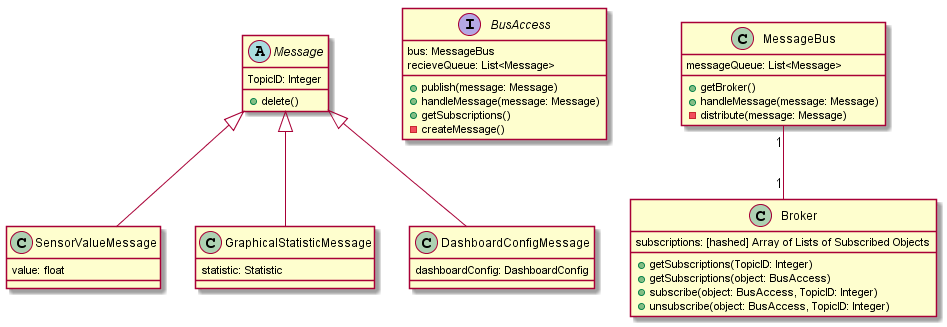
Earlier version of the PlantUML export Entwurf/diagrams/Bus.png (uzdry/PSE).
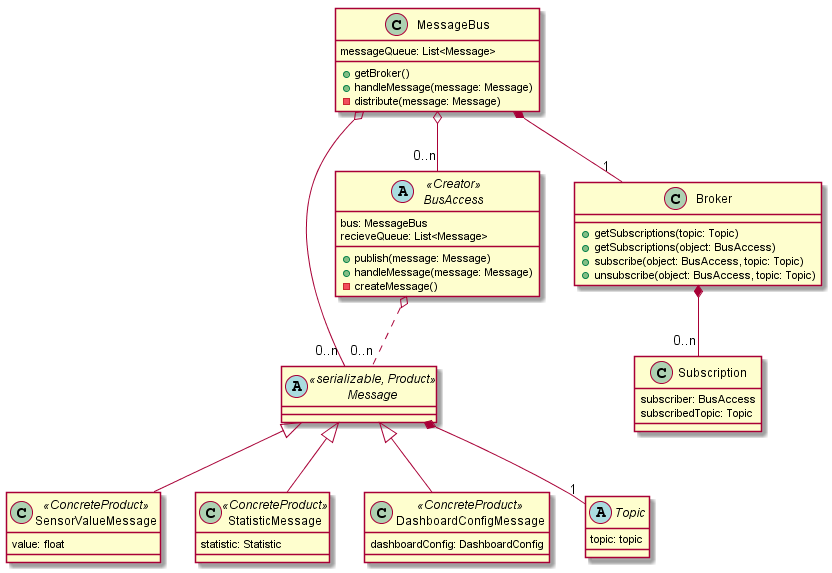
Later version of the same file.

Change to the diagram source:
```diff
@@ -1,41 +1,46 @@
 @startuml
 
-abstract class Message {
-	TopicID: Integer
-	+delete()
+abstract class  Message << serializable, Product >> {
 }
 
-class SensorValueMessage {
+class SensorValueMessage << ConcreteProduct >> {
 	value: float
 }
 
-class GraphicalStatisticMessage {
+class StatisticMessage << ConcreteProduct >> {
 	statistic: Statistic
 }
 
-class DashboardConfigMessage {
+class DashboardConfigMessage << ConcreteProduct >> {
 	dashboardConfig: DashboardConfig
 }
 
+abstract Class Topic {
+	topic: topic
+}
+
 Message <|-- SensorValueMessage
-Message <|-- GraphicalStatisticMessage
+Message <|-- StatisticMessage
 Message <|-- DashboardConfigMessage
 
-interface BusAccess {
+abstract class BusAccess << Creator >> {
 	bus: MessageBus
 	recieveQueue: List<Message>
 	+publish(message: Message)
 	+handleMessage(message: Message)
-	+getSubscriptions()
 	-createMessage()
 }
 
 class Broker {
-	subscriptions: [hashed] Array of Lists of Subscribed Objects
-	+getSubscriptions(TopicID: Integer)
+	+getSubscriptions(topic: Topic)
 	+getSubscriptions(object: BusAccess)
-	+subscribe(object: BusAccess, TopicID: Integer)
-	+unsubscribe(object: BusAccess, TopicID: Integer)
+	+subscribe(object: BusAccess, topic: Topic)
+	+unsubscribe(object: BusAccess, topic: Topic)
+}
+
+class Subscription {
+	subscriber: BusAccess
+	subscribedTopic: Topic
 }
 
 class MessageBus {
@@ -45,6 +50,11 @@
 	-distribute(message: Message)
 }
 
-MessageBus "1"--"1" Broker
+MessageBus *--"1" Broker
+MessageBus o--"0..n" Message
+MessageBus o--"0..n" BusAccess
+Broker *--"0..n" Subscription
+BusAccess o.."0..n" Message
+Message *--"1" Topic
 
 @enduml
```
